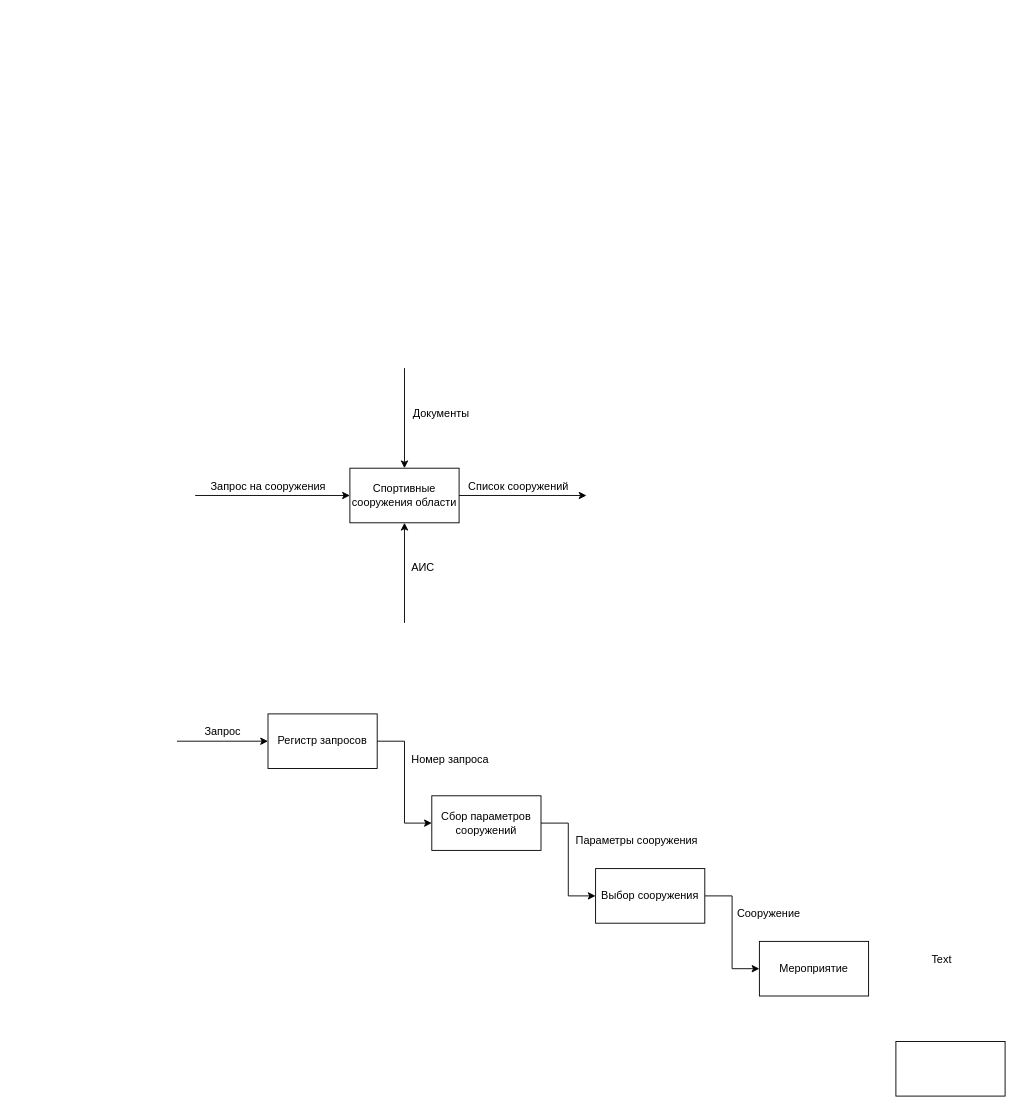
The draw.io diagram Untitled Diagram.drawio in RGNGIT/DBStructCourse, before the edit. Source tidied: cells renumbered, new cells numbered last; positions are measured from the earlier drawing's top-left corner, leaving out a move shared by most shapes. Both pictures are drawn from the tidied source at 91%, with x=0, y=0 at pixel (177, 368).
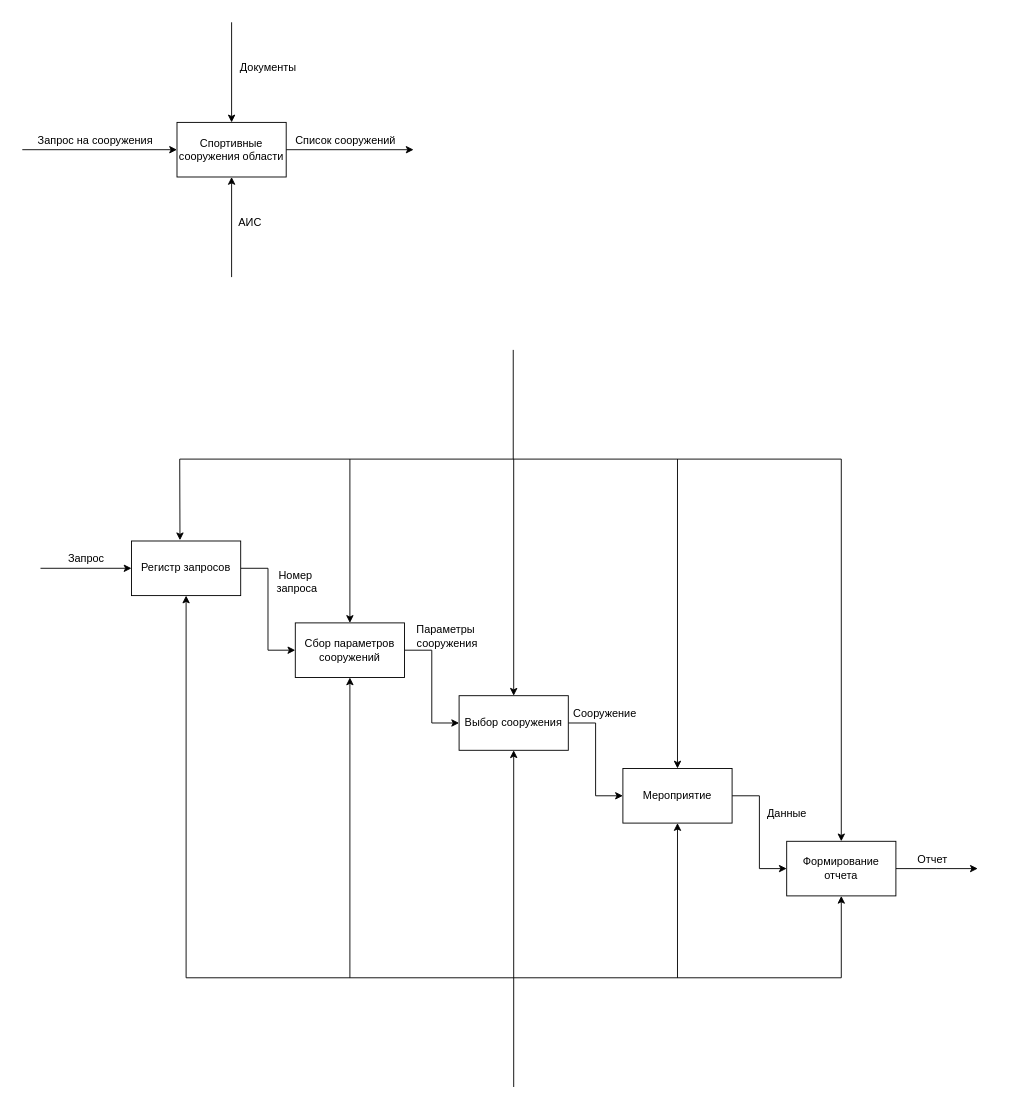
Above is the later version.

What changed in the source:
```diff
@@
     <mxCell id="2" value="Спортивные сооружения области" style="rounded=0;whiteSpace=wrap;html=1;" parent="1" vertex="1">
-      <mxGeometry x="190" y="110" width="120" height="60" as="geometry" />
+      <mxGeometry y="-270" width="120" height="60" as="geometry" />
     </mxCell>
     <mxCell id="3" style="endArrow=classic;html=1;entryX=0;entryY=0.5;entryDx=0;entryDy=0;" parent="1" edge="1" target="2">
       <mxGeometry relative="1" as="geometry">
-        <mxPoint x="20" y="140" as="sourcePoint" />
+        <mxPoint x="-170" y="-240" as="sourcePoint" />
       </mxGeometry>
     </mxCell>
     <mxCell id="4" value="Запрос на сооружения" style="text;html=1;align=center;verticalAlign=middle;strokeColor=none;" parent="1" vertex="1">
-      <mxGeometry x="30" y="120" width="140" height="20" as="geometry" />
+      <mxGeometry x="-160" y="-260" width="140" height="20" as="geometry" />
     </mxCell>
     <mxCell id="5" style="endArrow=classic;html=1;entryX=0.5;entryY=0;entryDx=0;entryDy=0;" parent="1" edge="1" target="2">
       <mxGeometry relative="1" as="geometry">
-        <mxPoint x="250" as="sourcePoint" />
+        <mxPoint x="60" y="-380" as="sourcePoint" />
       </mxGeometry>
     </mxCell>
     <mxCell id="6" value="Документы" style="text;html=1;align=center;verticalAlign=middle;strokeColor=none;" parent="1" vertex="1">
-      <mxGeometry x="250" y="40" width="80" height="20" as="geometry" />
+      <mxGeometry x="60" y="-340" width="80" height="20" as="geometry" />
     </mxCell>
     <mxCell id="7" style="endArrow=classic;html=1;entryX=0.5;entryY=1;entryDx=0;entryDy=0;" parent="1" edge="1" target="2">
       <mxGeometry relative="1" as="geometry">
-        <mxPoint x="250" y="280" as="sourcePoint" />
+        <mxPoint x="60" y="-100" as="sourcePoint" />
       </mxGeometry>
     </mxCell>
     <mxCell id="8" value="АИС" style="text;html=1;align=center;verticalAlign=middle;strokeColor=none;" parent="1" vertex="1">
-      <mxGeometry x="250" y="210" width="40" height="20" as="geometry" />
+      <mxGeometry x="60" y="-170" width="40" height="20" as="geometry" />
     </mxCell>
     <mxCell id="9" style="endArrow=classic;html=1;exitX=1;exitY=0.5;exitDx=0;exitDy=0;" parent="1" edge="1" source="2">
       <mxGeometry relative="1" as="geometry">
-        <mxPoint x="450" y="140" as="targetPoint" />
+        <mxPoint x="260" y="-240" as="targetPoint" />
       </mxGeometry>
     </mxCell>
     <mxCell id="10" value="Список сооружений" style="text;html=1;align=center;verticalAlign=middle;strokeColor=none;" parent="1" vertex="1">
-      <mxGeometry x="310" y="120" width="130" height="20" as="geometry" />
+      <mxGeometry x="120" y="-260" width="130" height="20" as="geometry" />
     </mxCell>
     <mxCell id="11" style="endArrow=classic;html=1;" parent="1" edge="1">
       <mxGeometry relative="1" as="geometry">
-        <mxPoint y="410" as="sourcePoint" />
-        <mxPoint x="100" y="410" as="targetPoint" />
+        <mxPoint x="-150" y="220" as="sourcePoint" />
+        <mxPoint x="-50" y="220" as="targetPoint" />
       </mxGeometry>
     </mxCell>
     <mxCell id="12" value="Запрос" style="text;html=1;align=center;verticalAlign=middle;strokeColor=none;" parent="1" vertex="1">
-      <mxGeometry x="20" y="390" width="60" height="20" as="geometry" />
+      <mxGeometry x="-130" y="200" width="60" height="20" as="geometry" />
     </mxCell>
@@
     <mxCell id="14" value="Регистр запросов" style="rounded=0;whiteSpace=wrap;html=1;" parent="1" vertex="1">
-      <mxGeometry x="100" y="380" width="120" height="60" as="geometry" />
+      <mxGeometry x="-50" y="190" width="120" height="60" as="geometry" />
     </mxCell>
@@
     <mxCell id="16" value="Сбор параметров сооружений" style="rounded=0;whiteSpace=wrap;html=1;" parent="1" vertex="1">
-      <mxGeometry x="280" y="470" width="120" height="60" as="geometry" />
+      <mxGeometry x="130" y="280" width="120" height="60" as="geometry" />
     </mxCell>
-    <mxCell id="17" value="Номер запроса" style="text;html=1;align=center;verticalAlign=middle;strokeColor=none;" parent="1" vertex="1">
-      <mxGeometry x="250" y="420" width="100" height="20" as="geometry" />
+    <mxCell id="17" value="Номер&lt;br&gt;&amp;nbsp;запроса" style="text;html=1;align=center;verticalAlign=middle;strokeColor=none;" parent="1" vertex="1">
+      <mxGeometry x="100" y="220" width="60" height="30" as="geometry" />
     </mxCell>
@@
     <mxCell id="19" value="Выбор сооружения" style="rounded=0;whiteSpace=wrap;html=1;" parent="1" vertex="1">
-      <mxGeometry x="460" y="550" width="120" height="60" as="geometry" />
+      <mxGeometry x="310" y="360" width="120" height="60" as="geometry" />
     </mxCell>
     <mxCell id="20" value="Сооружение" style="text;html=1;align=center;verticalAlign=middle;strokeColor=none;" parent="1" vertex="1">
-      <mxGeometry x="610" y="590" width="80" height="20" as="geometry" />
+      <mxGeometry x="430" y="370" width="80" height="20" as="geometry" />
     </mxCell>
+    <mxCell id="25" style="edgeStyle=orthogonalEdgeStyle;rounded=0;jettySize=auto;html=1;entryX=0;entryY=0.5;entryDx=0;entryDy=0;" parent="1" edge="1" source="21" target="24">
+      <mxGeometry relative="1" as="geometry" />
+    </mxCell>
     <mxCell id="21" value="Мероприятие" style="rounded=0;whiteSpace=wrap;html=1;" parent="1" vertex="1">
-      <mxGeometry x="640" y="630" width="120" height="60" as="geometry" />
+      <mxGeometry x="490" y="440" width="120" height="60" as="geometry" />
     </mxCell>
-    <mxCell id="22" value="Параметры сооружения" style="text;html=1;align=center;verticalAlign=middle;strokeColor=none;" parent="1" vertex="1">
-      <mxGeometry x="430" y="510" width="150" height="20" as="geometry" />
+    <mxCell id="22" value="Параметры&lt;br&gt;&amp;nbsp;сооружения" style="text;html=1;align=center;verticalAlign=middle;strokeColor=none;" parent="1" vertex="1">
+      <mxGeometry x="250" y="280" width="90" height="30" as="geometry" />
     </mxCell>
-    <mxCell id="23" value="Text" style="text;html=1;align=center;verticalAlign=middle;strokeColor=none;" parent="1" vertex="1">
-      <mxGeometry x="820" y="640" width="40" height="20" as="geometry" />
+    <mxCell id="23" value="Данные" style="text;html=1;align=center;verticalAlign=middle;strokeColor=none;" parent="1" vertex="1">
+      <mxGeometry x="640" y="480" width="60" height="20" as="geometry" />
     </mxCell>
+    <mxCell id="26" style="edgeStyle=orthogonalEdgeStyle;rounded=0;jettySize=auto;html=1;exitX=1;exitY=0.5;exitDx=0;exitDy=0;" parent="1" edge="1" source="24">
+      <mxGeometry relative="1" as="geometry">
+        <mxPoint x="880" y="550" as="targetPoint" />
+      </mxGeometry>
+    </mxCell>
-    <mxCell id="24" style="rounded=0;whiteSpace=wrap;html=1;" parent="1" vertex="1">
-      <mxGeometry x="790" y="740" width="120" height="60" as="geometry" />
+    <mxCell id="24" value="Формирование отчета" style="rounded=0;whiteSpace=wrap;html=1;" parent="1" vertex="1">
+      <mxGeometry x="670" y="520" width="120" height="60" as="geometry" />
     </mxCell>
+    <mxCell id="27" value="Отчет" style="text;html=1;align=center;verticalAlign=middle;strokeColor=none;" parent="1" vertex="1">
+      <mxGeometry x="805" y="530" width="50" height="20" as="geometry" />
+    </mxCell>
+    <mxCell id="28" style="endArrow=none;html=1;" parent="1" edge="1">
+      <mxGeometry relative="1" as="geometry">
+        <mxPoint x="10" y="670" as="sourcePoint" />
+        <mxPoint x="730" y="670" as="targetPoint" />
+      </mxGeometry>
+    </mxCell>
+    <mxCell id="29" style="endArrow=classic;html=1;entryX=0.5;entryY=1;entryDx=0;entryDy=0;" parent="1" edge="1" target="14">
+      <mxGeometry relative="1" as="geometry">
+        <mxPoint x="10" y="670" as="sourcePoint" />
+      </mxGeometry>
+    </mxCell>
+    <mxCell id="30" style="endArrow=classic;html=1;entryX=0.5;entryY=1;entryDx=0;entryDy=0;" parent="1" edge="1" target="16">
+      <mxGeometry relative="1" as="geometry">
+        <mxPoint x="190" y="670" as="sourcePoint" />
+      </mxGeometry>
+    </mxCell>
+    <mxCell id="31" style="endArrow=classic;html=1;entryX=0.5;entryY=1;entryDx=0;entryDy=0;" parent="1" edge="1" target="19">
+      <mxGeometry relative="1" as="geometry">
+        <mxPoint x="370" y="670" as="sourcePoint" />
+      </mxGeometry>
+    </mxCell>
+    <mxCell id="32" style="endArrow=classic;html=1;entryX=0.5;entryY=1;entryDx=0;entryDy=0;" parent="1" edge="1" target="21">
+      <mxGeometry relative="1" as="geometry">
+        <mxPoint x="550" y="670" as="sourcePoint" />
+      </mxGeometry>
+    </mxCell>
+    <mxCell id="33" style="endArrow=classic;html=1;entryX=0.5;entryY=1;entryDx=0;entryDy=0;" parent="1" edge="1" target="24">
+      <mxGeometry relative="1" as="geometry">
+        <mxPoint x="730" y="670" as="sourcePoint" />
+      </mxGeometry>
+    </mxCell>
+    <mxCell id="34" style="endArrow=none;html=1;" parent="1" edge="1">
+      <mxGeometry relative="1" as="geometry">
+        <mxPoint x="3" y="100" as="sourcePoint" />
+        <mxPoint x="730" y="100" as="targetPoint" />
+      </mxGeometry>
+    </mxCell>
+    <mxCell id="35" style="endArrow=classic;html=1;entryX=0.5;entryY=0;entryDx=0;entryDy=0;" parent="1" edge="1" target="24">
+      <mxGeometry relative="1" as="geometry">
+        <mxPoint x="730" y="100" as="sourcePoint" />
+      </mxGeometry>
+    </mxCell>
+    <mxCell id="36" style="endArrow=classic;html=1;entryX=0.5;entryY=0;entryDx=0;entryDy=0;" parent="1" edge="1" target="21">
+      <mxGeometry relative="1" as="geometry">
+        <mxPoint x="550" y="100" as="sourcePoint" />
+      </mxGeometry>
+    </mxCell>
+    <mxCell id="37" style="endArrow=classic;html=1;entryX=0.5;entryY=0;entryDx=0;entryDy=0;" parent="1" edge="1" target="19">
+      <mxGeometry relative="1" as="geometry">
+        <mxPoint x="370" y="100" as="sourcePoint" />
+      </mxGeometry>
+    </mxCell>
+    <mxCell id="38" style="endArrow=classic;html=1;entryX=0.5;entryY=0;entryDx=0;entryDy=0;" parent="1" edge="1" target="16">
+      <mxGeometry relative="1" as="geometry">
+        <mxPoint x="190" y="100" as="sourcePoint" />
+      </mxGeometry>
+    </mxCell>
+    <mxCell id="39" style="endArrow=classic;html=1;entryX=0.444;entryY=-0.014;entryDx=0;entryDy=0;entryPerimeter=0;" parent="1" edge="1" target="14">
+      <mxGeometry relative="1" as="geometry">
+        <mxPoint x="3" y="100" as="sourcePoint" />
+      </mxGeometry>
+    </mxCell>
+    <mxCell id="40" style="endArrow=none;html=1;" parent="1" edge="1">
+      <mxGeometry relative="1" as="geometry">
+        <mxPoint x="370" y="790" as="sourcePoint" />
+        <mxPoint x="370" y="670" as="targetPoint" />
+      </mxGeometry>
+    </mxCell>
+    <mxCell id="41" style="endArrow=none;html=1;" parent="1" edge="1">
+      <mxGeometry relative="1" as="geometry">
+        <mxPoint x="369.5" y="100" as="sourcePoint" />
+        <mxPoint x="369.5" y="-20" as="targetPoint" />
+      </mxGeometry>
+    </mxCell>
```
